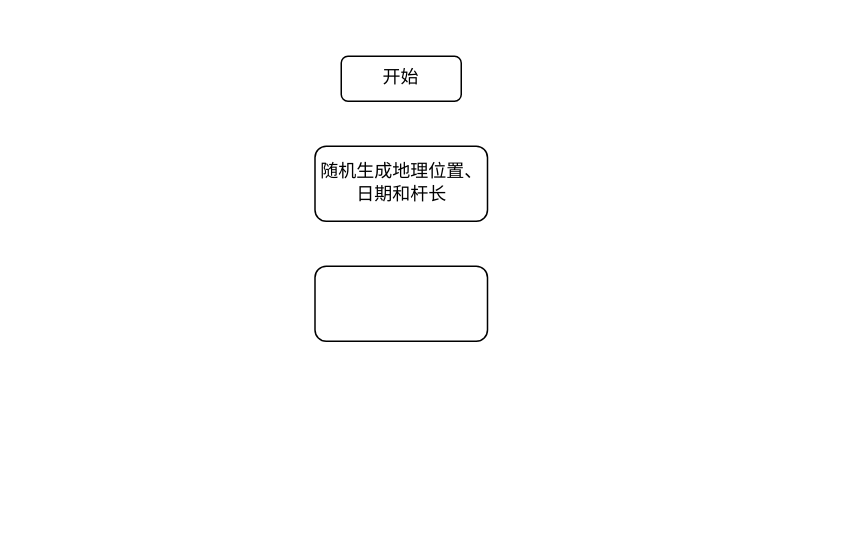
This is 2015A.drawio from Edsater/other, a draw.io file, before an edit. Source tidied: cells renumbered, new cells numbered last; positions are measured from the earlier drawing's top-left corner, leaving out a move shared by most shapes. Both pictures are drawn from the tidied source at 150%, with x=0, y=0 at pixel (314, 56).
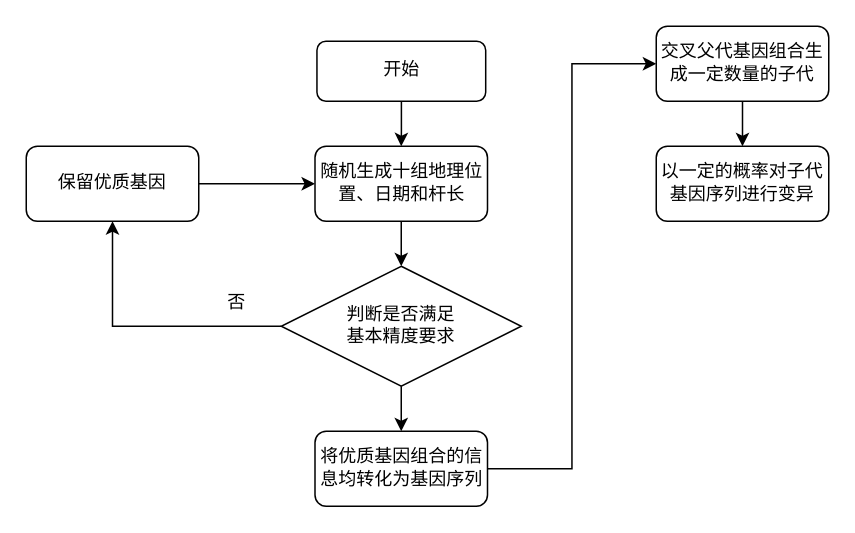
The same page after the edit.

Change to the diagram source:
```diff
@@
 <mxGraphModel>
   <root>
     <mxCell id="0" />
     <mxCell id="1" parent="0" />
+    <mxCell id="5" style="edgeStyle=orthogonalEdgeStyle;rounded=0;jettySize=auto;html=1;fontFamily=Comic Sans MS;fontSize=12;" parent="1" edge="1" source="2" target="3">
+      <mxGeometry relative="1" as="geometry" />
+    </mxCell>
     <mxCell id="2" value="&lt;font style=&quot;font-size: 12px;&quot;&gt;开始&lt;/font&gt;" style="rounded=1;whiteSpace=wrap;html=1;fontFamily=Comic Sans MS;" parent="1" vertex="1">
-      <mxGeometry x="18" width="80" height="30" as="geometry" />
+      <mxGeometry x="1.8" y="-10" width="112.5" height="40" as="geometry" />
     </mxCell>
+    <mxCell id="6" style="edgeStyle=orthogonalEdgeStyle;rounded=0;jettySize=auto;html=1;fontFamily=Comic Sans MS;fontSize=12;" parent="1" edge="1" source="3" target="9">
+      <mxGeometry relative="1" as="geometry" />
+    </mxCell>
-    <mxCell id="3" value="&lt;font&gt;随机生成地理位置、日期和杆长&lt;/font&gt;" style="rounded=1;whiteSpace=wrap;html=1;fontFamily=Comic Sans MS;" parent="1" vertex="1">
+    <mxCell id="3" value="&lt;font&gt;随机生成十组地理位置、日期和杆长&lt;/font&gt;" style="rounded=1;whiteSpace=wrap;html=1;fontFamily=Comic Sans MS;" parent="1" vertex="1">
       <mxGeometry x="0.5" y="60" width="115" height="50" as="geometry" />
     </mxCell>
-    <mxCell id="4" style="rounded=1;whiteSpace=wrap;html=1;fontFamily=Comic Sans MS;" parent="1" vertex="1">
-      <mxGeometry x="0.5" y="140" width="115" height="50" as="geometry" />
-    </mxCell>
+    <mxCell id="7" style="edgeStyle=orthogonalEdgeStyle;rounded=0;jettySize=auto;html=1;fontFamily=Comic Sans MS;fontSize=12;entryX=0.5;entryY=1;entryDx=0;entryDy=0;" parent="1" edge="1" source="9" target="11">
+      <mxGeometry relative="1" as="geometry" />
+    </mxCell>
+    <mxCell id="8" style="edgeStyle=orthogonalEdgeStyle;rounded=0;jettySize=auto;html=1;fontFamily=Comic Sans MS;fontSize=12;" parent="1" edge="1" source="9" target="14">
+      <mxGeometry relative="1" as="geometry" />
+    </mxCell>
+    <mxCell id="9" value="判断是否满足&lt;br&gt;基本精度要求" style="rhombus;whiteSpace=wrap;html=1;fontFamily=Comic Sans MS;fontSize=12;" parent="1" vertex="1">
+      <mxGeometry x="-22" y="140" width="160" height="80" as="geometry" />
+    </mxCell>
+    <mxCell id="10" style="edgeStyle=orthogonalEdgeStyle;rounded=0;jettySize=auto;html=1;fontFamily=Comic Sans MS;fontSize=12;" parent="1" edge="1" source="11" target="3">
+      <mxGeometry relative="1" as="geometry" />
+    </mxCell>
+    <mxCell id="11" value="保留优质基因" style="rounded=1;whiteSpace=wrap;html=1;fontFamily=Comic Sans MS;" parent="1" vertex="1">
+      <mxGeometry x="-192" y="60" width="115" height="50" as="geometry" />
+    </mxCell>
+    <mxCell id="12" value="否" style="text;html=1;align=center;verticalAlign=middle;strokeColor=none;fillColor=none;fontSize=12;fontFamily=Comic Sans MS;" parent="1" vertex="1">
+      <mxGeometry x="-72" y="150" width="40" height="30" as="geometry" />
+    </mxCell>
+    <mxCell id="13" style="edgeStyle=orthogonalEdgeStyle;rounded=0;jettySize=auto;html=1;fontFamily=Comic Sans MS;fontSize=12;entryX=0;entryY=0.5;entryDx=0;entryDy=0;" parent="1" edge="1" source="14" target="16">
+      <mxGeometry relative="1" as="geometry" />
+    </mxCell>
+    <mxCell id="14" value="将优质基因组合的信息均转化为基因序列" style="rounded=1;whiteSpace=wrap;html=1;fontFamily=Comic Sans MS;" parent="1" vertex="1">
+      <mxGeometry x="0.5" y="250" width="115" height="50" as="geometry" />
+    </mxCell>
+    <mxCell id="15" style="edgeStyle=orthogonalEdgeStyle;rounded=0;jettySize=auto;html=1;fontFamily=Comic Sans MS;fontSize=12;" parent="1" edge="1" source="16" target="17">
+      <mxGeometry relative="1" as="geometry" />
+    </mxCell>
+    <mxCell id="16" value="交叉父代基因组合生成一定数量的子代" style="rounded=1;whiteSpace=wrap;html=1;fontFamily=Comic Sans MS;" parent="1" vertex="1">
+      <mxGeometry x="228" y="-20" width="115" height="50" as="geometry" />
+    </mxCell>
+    <mxCell id="17" value="以一定的概率对子代基因序列进行变异" style="rounded=1;whiteSpace=wrap;html=1;fontFamily=Comic Sans MS;" parent="1" vertex="1">
+      <mxGeometry x="228" y="60" width="115" height="50" as="geometry" />
+    </mxCell>
   </root>
 </mxGraphModel>
```
